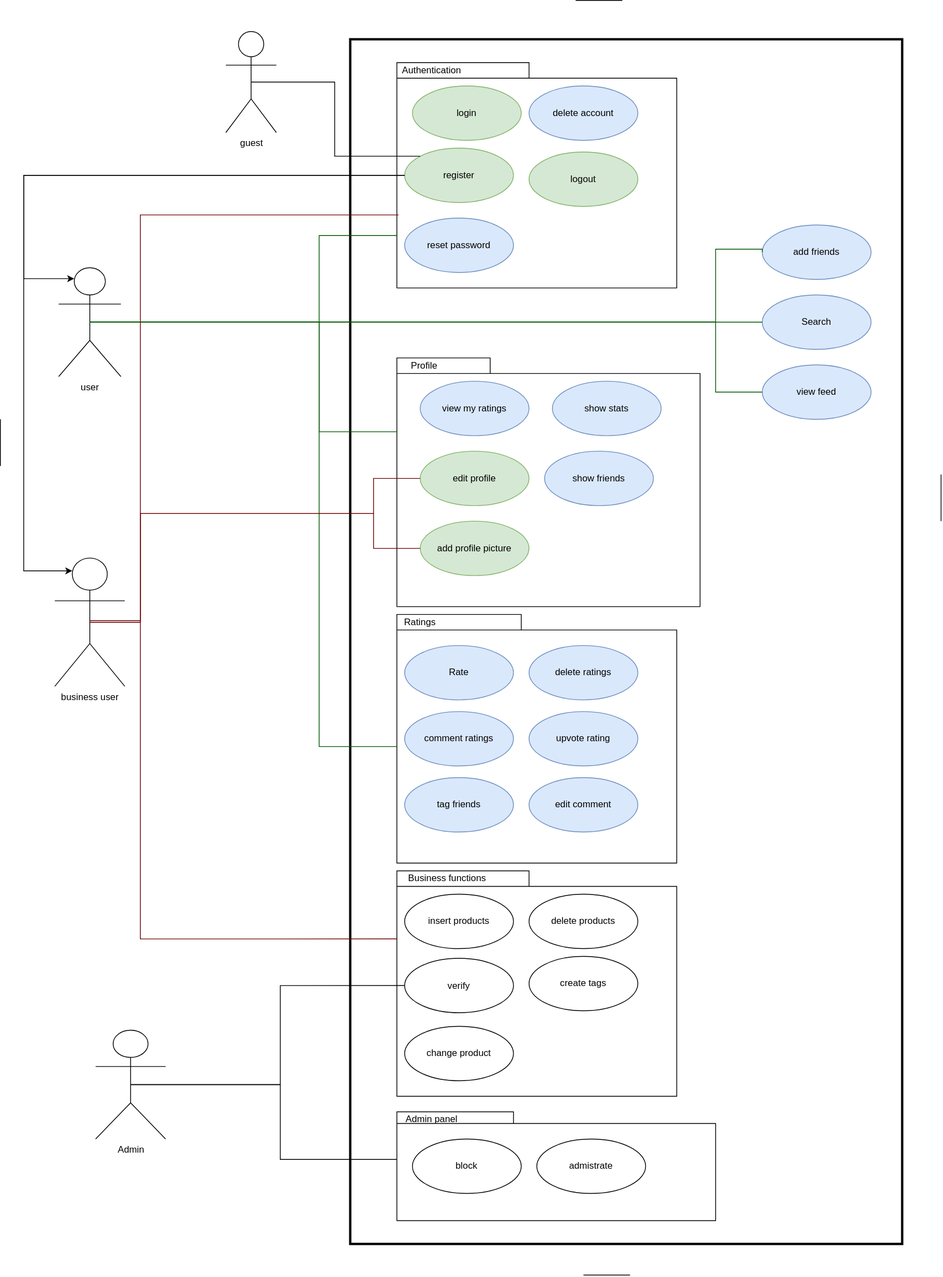
paul-schweng/UNDECIDED keeps this draw.io diagram as docs/UseCaseDiagram.svg. Above is the earlier version. Source tidied: cells renumbered, new cells last; positions are measured from the earlier drawing's top-left corner, leaving out a move shared by most shapes.
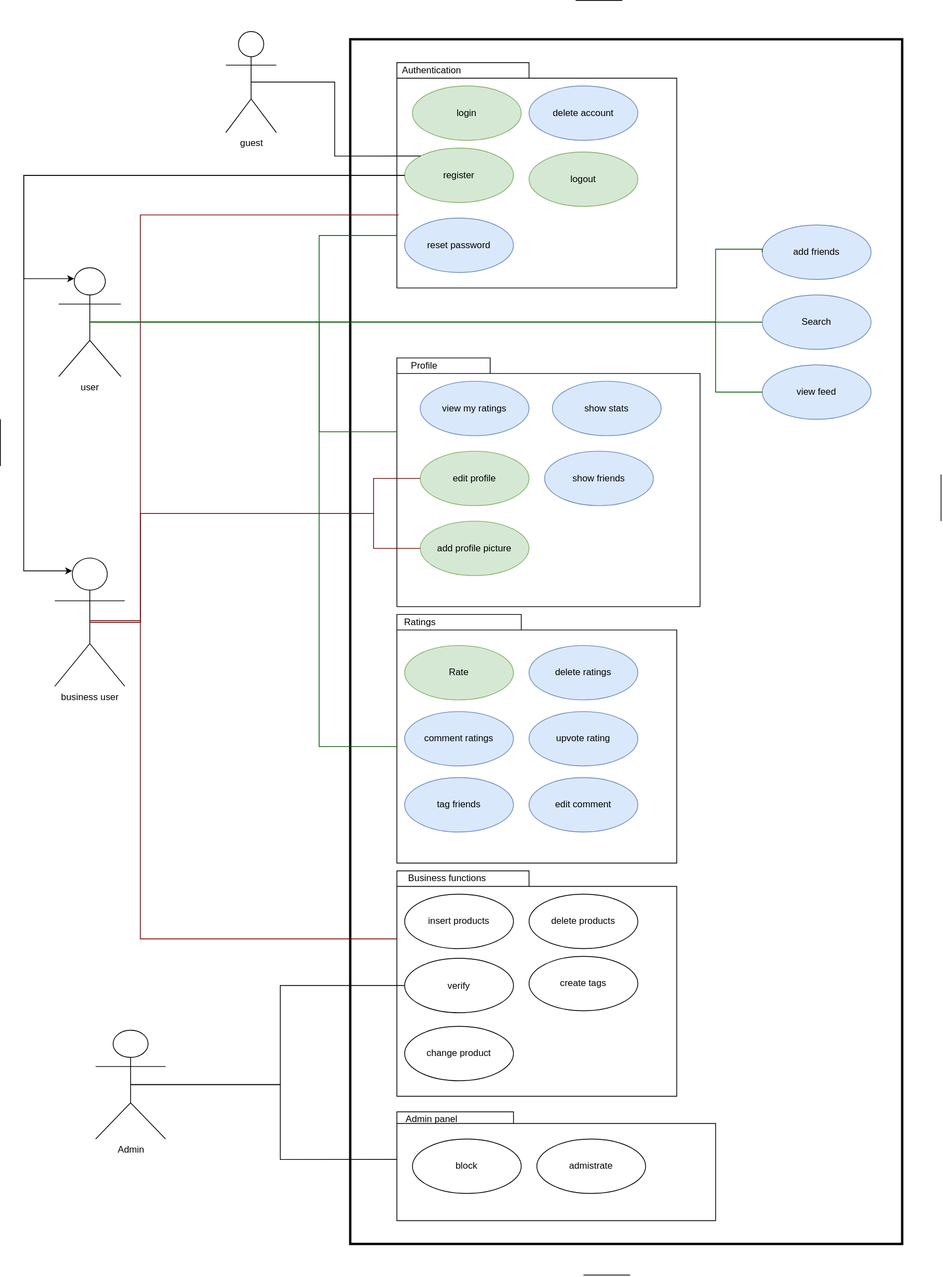
After the change.

Change to the diagram source:
```diff
@@ -55,7 +55,7 @@
     <mxCell id="17" value="Search" style="ellipse;whiteSpace=wrap;html=1;direction=west;fillColor=#dae8fc;strokeColor=#6c8ebf;" parent="1" vertex="1">
       <mxGeometry x="980" y="379" width="140" height="70" as="geometry" />
     </mxCell>
-    <mxCell id="18" value="Rate" style="ellipse;whiteSpace=wrap;html=1;direction=west;fillColor=#dae8fc;strokeColor=#6c8ebf;" parent="1" vertex="1">
+    <mxCell id="18" value="Rate" style="ellipse;whiteSpace=wrap;html=1;direction=west;fillColor=#d5e8d4;strokeColor=#82b366;" parent="1" vertex="1">
       <mxGeometry x="520" y="830" width="140" height="70" as="geometry" />
     </mxCell>
     <mxCell id="19" value="delete ratings" style="ellipse;whiteSpace=wrap;html=1;direction=west;fillColor=#dae8fc;strokeColor=#6c8ebf;" parent="1" vertex="1">
```
